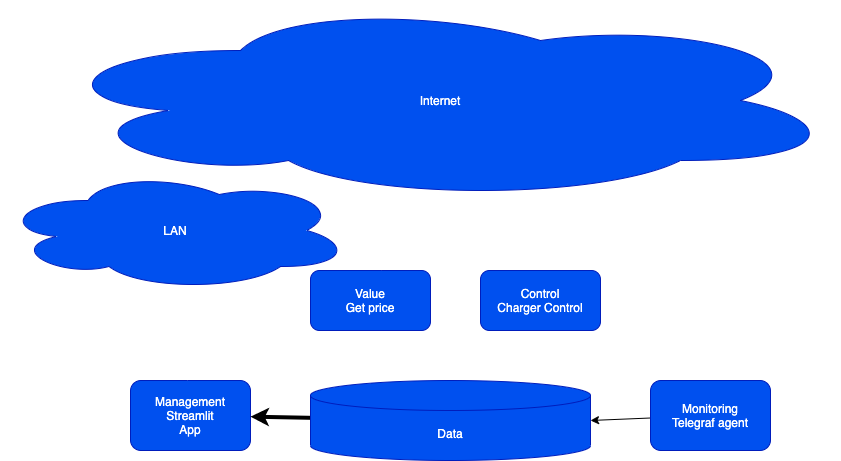
rhjensen79/perfect-charge keeps this draw.io diagram as design.png. Above is the earlier version. Source tidied: cells renumbered, new cells last; positions are measured from the earlier drawing's top-left corner, leaving out a move shared by most shapes.
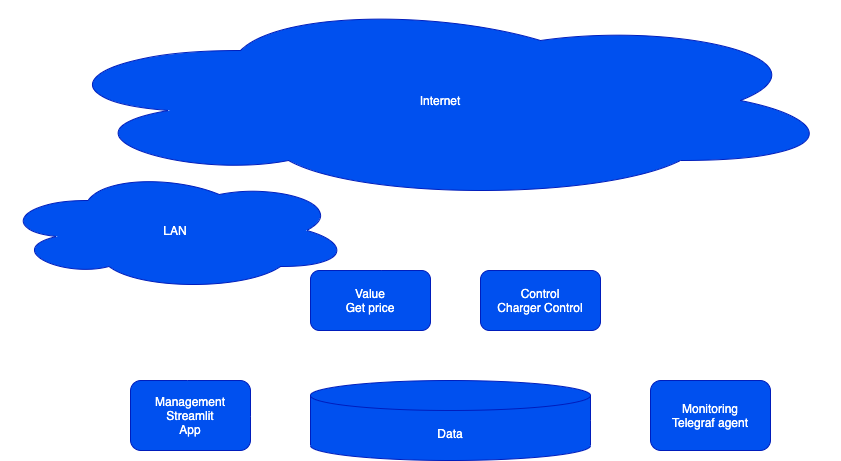
After the change.

Change to the diagram source:
```diff
@@ -14,7 +14,7 @@
     <mxCell id="5" style="edgeStyle=none;html=1;exitX=0.855;exitY=0;exitDx=0;exitDy=4.35;exitPerimeter=0;strokeWidth=4;strokeColor=#FFFFFF;" parent="1" edge="1" source="7" target="9">
       <mxGeometry relative="1" as="geometry" />
     </mxCell>
-    <mxCell id="6" style="edgeStyle=none;html=1;strokeWidth=4;" parent="1" edge="1" source="7" target="2">
+    <mxCell id="6" style="edgeStyle=none;html=1;strokeWidth=3;strokeColor=#FFFFFF;" parent="1" edge="1" source="7" target="2">
       <mxGeometry relative="1" as="geometry" />
     </mxCell>
     <mxCell id="7" value="Data" style="shape=cylinder3;whiteSpace=wrap;html=1;boundedLbl=1;backgroundOutline=1;size=15;fillColor=#0050ef;strokeColor=#001DBC;fontColor=#ffffff;" parent="1" vertex="1">
@@ -38,7 +38,7 @@
     <mxCell id="13" value="LAN" style="ellipse;shape=cloud;whiteSpace=wrap;html=1;fillColor=#0050ef;strokeColor=#001DBC;fontColor=#ffffff;" parent="1" vertex="1">
       <mxGeometry y="170" width="350" height="120" as="geometry" />
     </mxCell>
-    <mxCell id="14" style="edgeStyle=none;html=1;entryX=1;entryY=0.5;entryDx=0;entryDy=0;entryPerimeter=0;" parent="1" edge="1" source="16" target="7">
+    <mxCell id="14" style="edgeStyle=none;html=1;entryX=1;entryY=0.5;entryDx=0;entryDy=0;entryPerimeter=0;strokeWidth=3;strokeColor=#FFFFFF;" parent="1" edge="1" source="16" target="7">
       <mxGeometry relative="1" as="geometry" />
     </mxCell>
     <mxCell id="15" style="edgeStyle=none;html=1;entryX=0.8;entryY=0.8;entryDx=0;entryDy=0;entryPerimeter=0;strokeWidth=3;fillColor=#f5f5f5;strokeColor=#FFFFFF;" parent="1" edge="1" source="16" target="11">
```
